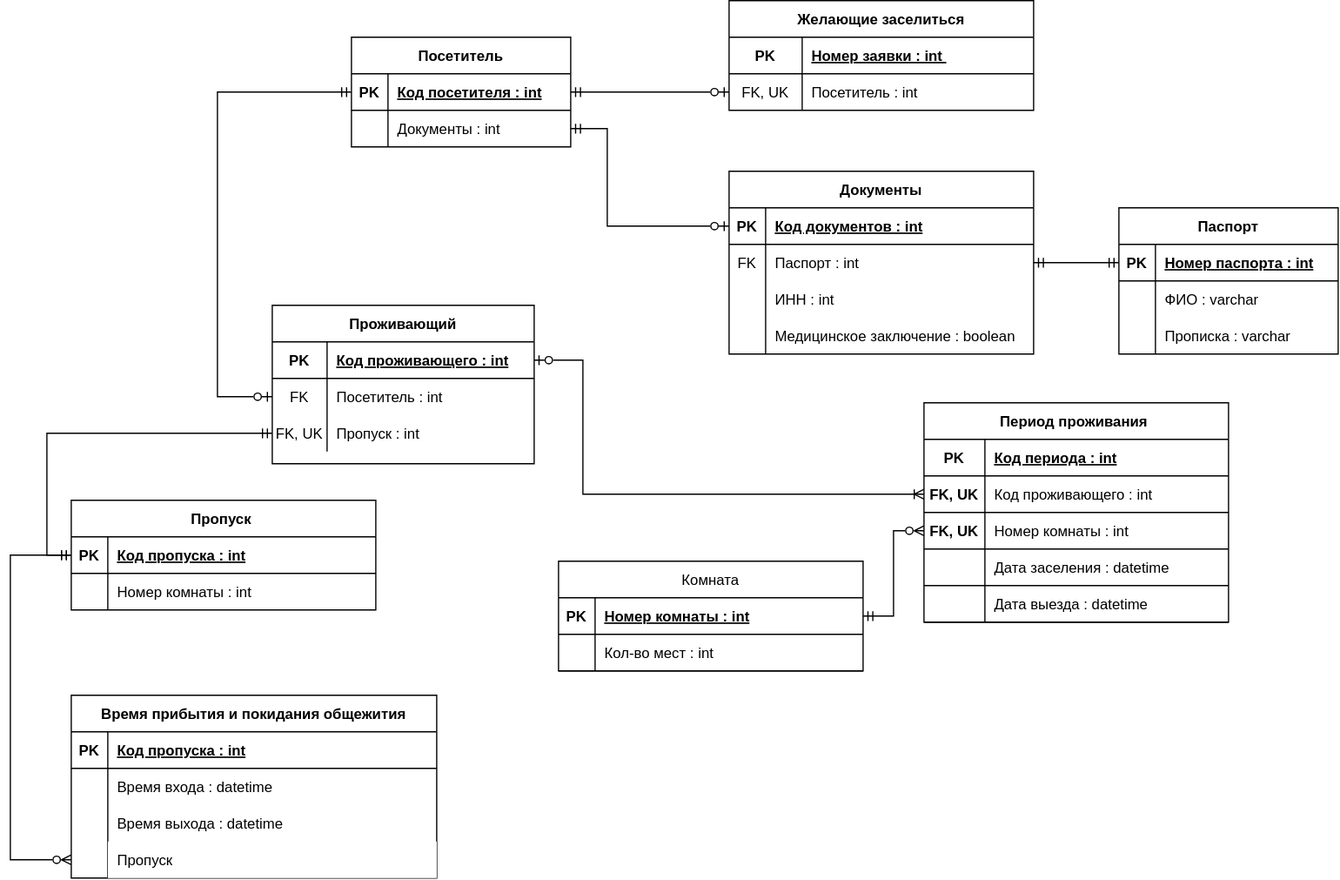
This is Pictures/KPP_ER.svg from jsfrau/Zamay, a draw.io export, as it was before one commit. Source tidied: cells renumbered, new cells last; positions are measured from the earlier drawing's top-left corner, leaving out a move shared by most shapes.
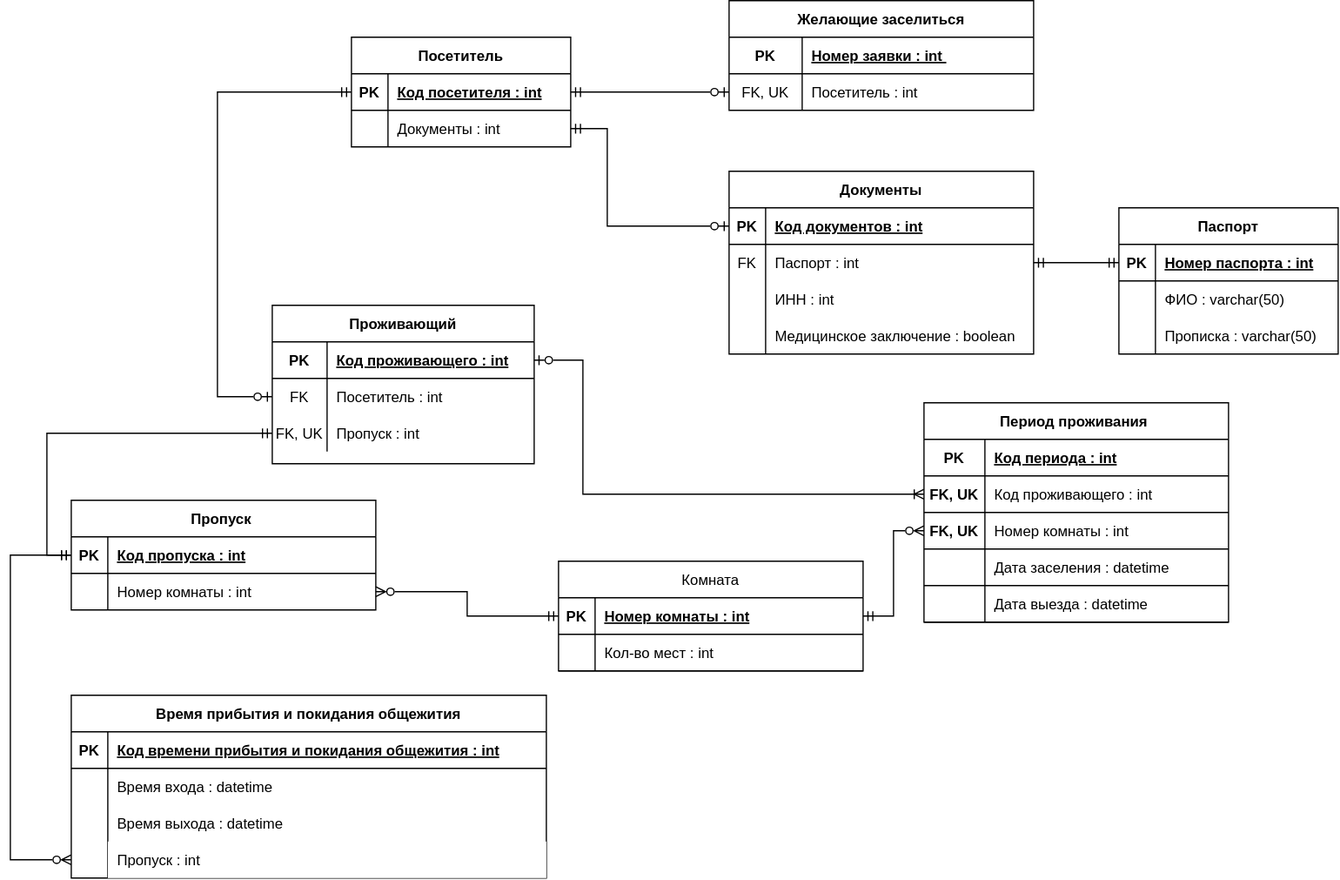
Later version of the same file.

Diff of the diagram source:
```diff
@@ -66,43 +66,43 @@
       <mxGeometry x="30" width="220" height="30" as="geometry" />
     </mxCell>
     <mxCell id="23" value="Время прибытия и покидания общежития" style="shape=table;startSize=30;rowLines=0;fontStyle=1;align=center;" parent="1" vertex="1">
-      <mxGeometry x="50" y="570" width="300" height="150" as="geometry" />
+      <mxGeometry x="50" y="570" width="390" height="150" as="geometry" />
     </mxCell>
     <mxCell id="24" style="shape=partialRectangle;fillColor=none;top=0;left=0;bottom=1;right=0;" parent="23" vertex="1">
-      <mxGeometry y="30" width="300" height="30" as="geometry" />
+      <mxGeometry y="30" width="390" height="30" as="geometry" />
     </mxCell>
     <mxCell id="25" value="PK" style="shape=partialRectangle;fillColor=none;top=0;left=0;bottom=0;right=0;fontStyle=1;overflow=hidden;" parent="24" vertex="1">
       <mxGeometry width="30" height="30" as="geometry" />
     </mxCell>
-    <mxCell id="26" value="Код пропуска : int" style="shape=partialRectangle;fillColor=none;top=0;left=0;bottom=0;right=0;align=left;spacingLeft=6;fontStyle=5;overflow=hidden;" parent="24" vertex="1">
-      <mxGeometry x="30" width="270" height="30" as="geometry" />
+    <mxCell id="26" value="Код времени прибытия и покидания общежития : int" style="shape=partialRectangle;fillColor=none;top=0;left=0;bottom=0;right=0;align=left;spacingLeft=6;fontStyle=5;overflow=hidden;" parent="24" vertex="1">
+      <mxGeometry x="30" width="360" height="30" as="geometry" />
     </mxCell>
     <mxCell id="27" style="shape=partialRectangle;fillColor=none;top=0;left=0;bottom=0;right=0;" parent="23" vertex="1">
-      <mxGeometry y="60" width="300" height="30" as="geometry" />
+      <mxGeometry y="60" width="390" height="30" as="geometry" />
     </mxCell>
     <mxCell id="28" style="shape=partialRectangle;fillColor=none;top=0;left=0;bottom=0;right=0;overflow=hidden;" parent="27" vertex="1">
       <mxGeometry width="30" height="30" as="geometry" />
     </mxCell>
     <mxCell id="29" value="Время входа : datetime" style="shape=partialRectangle;fillColor=none;top=0;left=0;bottom=0;right=0;align=left;spacingLeft=6;overflow=hidden;" parent="27" vertex="1">
-      <mxGeometry x="30" width="270" height="30" as="geometry" />
+      <mxGeometry x="30" width="360" height="30" as="geometry" />
     </mxCell>
     <mxCell id="30" style="shape=partialRectangle;fillColor=none;top=0;left=0;bottom=0;right=0;" parent="23" vertex="1">
-      <mxGeometry y="90" width="300" height="30" as="geometry" />
+      <mxGeometry y="90" width="390" height="30" as="geometry" />
     </mxCell>
     <mxCell id="31" style="shape=partialRectangle;fillColor=none;top=0;left=0;bottom=0;right=0;overflow=hidden;" parent="30" vertex="1">
       <mxGeometry width="30" height="30" as="geometry" />
     </mxCell>
     <mxCell id="32" value="Время выхода : datetime" style="shape=partialRectangle;fillColor=none;top=0;left=0;bottom=0;right=0;align=left;spacingLeft=6;overflow=hidden;" parent="30" vertex="1">
-      <mxGeometry x="30" width="270" height="30" as="geometry" />
+      <mxGeometry x="30" width="360" height="30" as="geometry" />
     </mxCell>
     <mxCell id="33" style="shape=partialRectangle;fillColor=none;top=0;left=0;bottom=0;right=0;points=[[0,0.5],[1,0.5]];portConstraint=eastwest;" parent="23" vertex="1">
-      <mxGeometry y="120" width="300" height="30" as="geometry" />
+      <mxGeometry y="120" width="390" height="30" as="geometry" />
     </mxCell>
     <mxCell id="34" style="shape=partialRectangle;fillColor=none;top=0;left=0;bottom=0;right=0;overflow=hidden;" parent="33" vertex="1">
       <mxGeometry width="30" height="30" as="geometry" />
     </mxCell>
-    <mxCell id="35" value="Пропуск" style="shape=partialRectangle;fillColor=#FFFFFF;top=0;left=0;bottom=0;right=0;align=left;spacingLeft=6;overflow=hidden;strokeColor=#b85450;" parent="33" vertex="1">
-      <mxGeometry x="30" width="270" height="30" as="geometry" />
+    <mxCell id="35" value="Пропуск : int" style="shape=partialRectangle;fillColor=#FFFFFF;top=0;left=0;bottom=0;right=0;align=left;spacingLeft=6;overflow=hidden;strokeColor=#b85450;" parent="33" vertex="1">
+      <mxGeometry x="30" width="360" height="30" as="geometry" />
     </mxCell>
     <mxCell id="36" value="Проживающий" style="shape=table;startSize=30;rowLines=0;fontStyle=1;align=center;" parent="1" vertex="1">
       <mxGeometry x="215" y="250" width="215" height="130" as="geometry" />
@@ -301,7 +301,7 @@
     <mxCell id="94" style="shape=partialRectangle;fillColor=none;top=0;left=0;bottom=0;right=0;overflow=hidden;" parent="93" vertex="1">
       <mxGeometry width="30" height="30" as="geometry" />
     </mxCell>
-    <mxCell id="95" value="ФИО : varchar" style="shape=partialRectangle;fillColor=none;top=0;left=0;bottom=0;right=0;align=left;spacingLeft=6;overflow=hidden;" parent="93" vertex="1">
+    <mxCell id="95" value="ФИО : varchar(50) " style="shape=partialRectangle;fillColor=none;top=0;left=0;bottom=0;right=0;align=left;spacingLeft=6;overflow=hidden;" parent="93" vertex="1">
       <mxGeometry x="30" width="150" height="30" as="geometry" />
     </mxCell>
     <mxCell id="96" style="shape=partialRectangle;fillColor=none;top=0;left=0;bottom=0;right=0;" parent="89" vertex="1">
@@ -310,11 +310,14 @@
     <mxCell id="97" style="shape=partialRectangle;fillColor=none;top=0;left=0;bottom=0;right=0;overflow=hidden;" parent="96" vertex="1">
       <mxGeometry width="30" height="30" as="geometry" />
     </mxCell>
-    <mxCell id="98" value="Прописка : varchar" style="shape=partialRectangle;fillColor=none;top=0;left=0;bottom=0;right=0;align=left;spacingLeft=6;overflow=hidden;" parent="96" vertex="1">
+    <mxCell id="98" value="Прописка : varchar(50)" style="shape=partialRectangle;fillColor=none;top=0;left=0;bottom=0;right=0;align=left;spacingLeft=6;overflow=hidden;" parent="96" vertex="1">
       <mxGeometry x="30" width="150" height="30" as="geometry" />
     </mxCell>
     <mxCell id="99" style="edgeStyle=orthogonalEdgeStyle;rounded=0;jettySize=auto;html=1;exitX=1;exitY=0.5;exitDx=0;exitDy=0;entryX=0;entryY=0.5;entryDx=0;entryDy=0;startArrow=ERmandOne;startFill=0;endArrow=ERmandOne;endFill=0;" parent="1" edge="1" source="79" target="90">
       <mxGeometry relative="1" as="geometry" />
     </mxCell>
+    <mxCell id="100" style="edgeStyle=orthogonalEdgeStyle;rounded=0;jettySize=auto;html=1;entryX=0;entryY=0.5;entryDx=0;entryDy=0;startArrow=ERzeroToMany;startFill=0;endArrow=ERmandOne;endFill=0;" parent="1" edge="1" source="20" target="3">
+      <mxGeometry relative="1" as="geometry" />
+    </mxCell>
   </root>
 </mxGraphModel>
```
